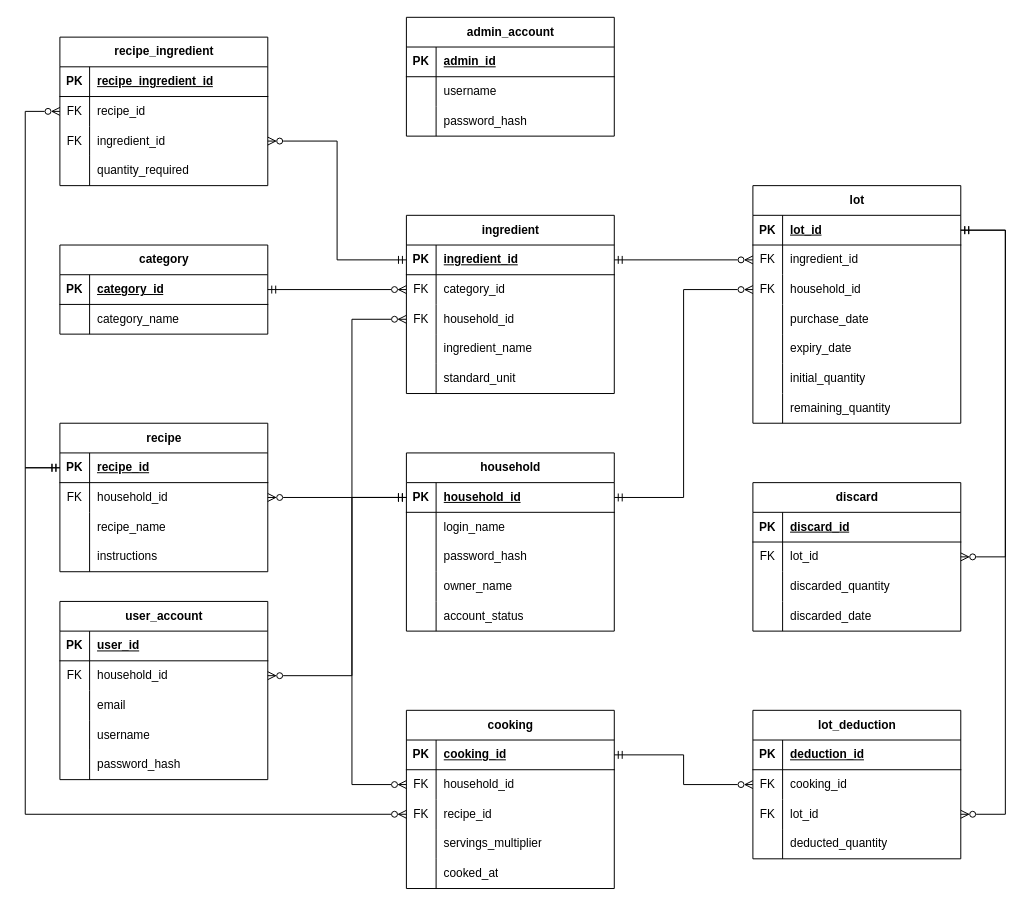
The draw.io diagram design/er-diagram.drawio in boss2912/Smart-Fridge-Recipe-Planner, before the edit. Source tidied: cells renumbered, new cells numbered last; positions are measured from the earlier drawing's top-left corner, leaving out a move shared by most shapes. Both pictures are drawn from the tidied source at 99%, with x=0, y=0 at pixel (25, 17).
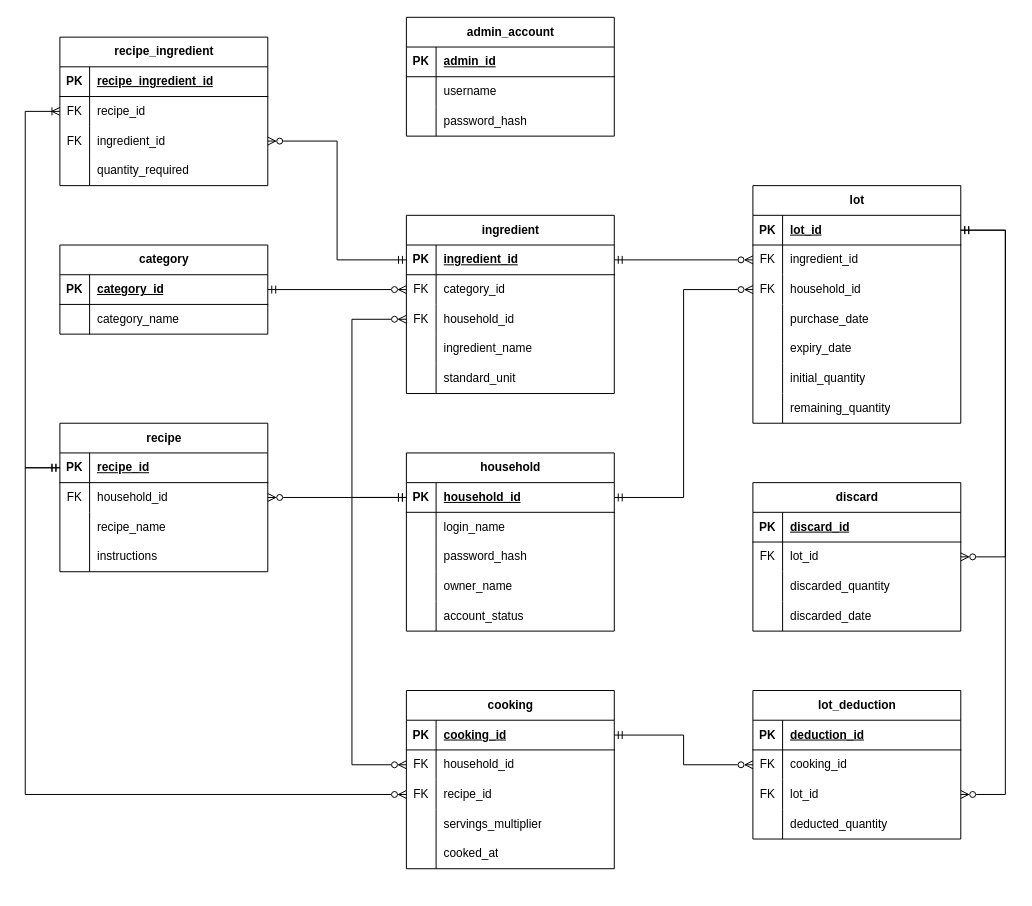
The same page after the edit.

Commit message (it also covers changes not shown here):
fix(design): เอา user_account ออกตาม ADR-010 และคืนเส้น recipe->recipe_ingredient เป็น 1..N

The change refers to these unchanged cells:
```xml
<mxCell id="13" style="shape=tableRow;horizontal=0;startSize=0;swimlaneHead=0;swimlaneBody=0;fillColor=none;points=[[0,0.5],[1,0.5]];portConstraint=eastwest;top=0;left=0;right=0;bottom=1;" parent="12" vertex="1">
  <mxGeometry y="30" width="210" height="30" as="geometry" />
</mxCell>
<mxCell id="68" style="shape=tableRow;horizontal=0;startSize=0;swimlaneHead=0;swimlaneBody=0;fillColor=none;points=[[0,0.5],[1,0.5]];portConstraint=eastwest;top=0;left=0;right=0;bottom=1;" parent="67" vertex="1">
  <mxGeometry y="30" width="210" height="30" as="geometry" />
</mxCell>
<mxCell id="90" style="shape=tableRow;horizontal=0;startSize=0;swimlaneHead=0;swimlaneBody=0;fillColor=none;points=[[0,0.5],[1,0.5]];portConstraint=eastwest;top=0;left=0;right=0;bottom=1;" parent="89" vertex="1">
  <mxGeometry y="30" width="210" height="30" as="geometry" />
</mxCell>
<mxCell id="106" style="shape=tableRow;horizontal=0;startSize=0;swimlaneHead=0;swimlaneBody=0;fillColor=none;points=[[0,0.5],[1,0.5]];portConstraint=eastwest;top=0;left=0;right=0;bottom=0;" parent="102" vertex="1">
  <mxGeometry y="60" width="210" height="30" as="geometry" />
</mxCell>
<mxCell id="116" style="shape=tableRow;horizontal=0;startSize=0;swimlaneHead=0;swimlaneBody=0;fillColor=none;points=[[0,0.5],[1,0.5]];portConstraint=eastwest;top=0;left=0;right=0;bottom=1;" parent="115" vertex="1">
  <mxGeometry y="30" width="210" height="30" as="geometry" />
</mxCell>
<mxCell id="119" style="shape=tableRow;horizontal=0;startSize=0;swimlaneHead=0;swimlaneBody=0;fillColor=none;points=[[0,0.5],[1,0.5]];portConstraint=eastwest;top=0;left=0;right=0;bottom=0;" parent="115" vertex="1">
  <mxGeometry y="60" width="210" height="30" as="geometry" />
</mxCell>
<mxCell id="122" style="shape=tableRow;horizontal=0;startSize=0;swimlaneHead=0;swimlaneBody=0;fillColor=none;points=[[0,0.5],[1,0.5]];portConstraint=eastwest;top=0;left=0;right=0;bottom=0;" parent="115" vertex="1">
  <mxGeometry y="90" width="210" height="30" as="geometry" />
</mxCell>
<mxCell id="148" style="shape=tableRow;horizontal=0;startSize=0;swimlaneHead=0;swimlaneBody=0;fillColor=none;points=[[0,0.5],[1,0.5]];portConstraint=eastwest;top=0;left=0;right=0;bottom=0;" parent="144" vertex="1">
  <mxGeometry y="60" width="210" height="30" as="geometry" />
</mxCell>
<mxCell id="151" style="shape=tableRow;horizontal=0;startSize=0;swimlaneHead=0;swimlaneBody=0;fillColor=none;points=[[0,0.5],[1,0.5]];portConstraint=eastwest;top=0;left=0;right=0;bottom=0;" parent="144" vertex="1">
  <mxGeometry y="90" width="210" height="30" as="geometry" />
</mxCell>
```

Change to the diagram source:
```diff
@@
-    <mxCell id="28" value="user_account" style="shape=table;startSize=30;childLayout=tableLayout;rowLines=0;fontStyle=1;align=center;html=1;" parent="1" vertex="1">
-      <mxGeometry x="35" y="590" width="210" height="180" as="geometry" />
-    </mxCell>
-    <mxCell id="29" style="shape=tableRow;horizontal=0;startSize=0;swimlaneHead=0;swimlaneBody=0;fillColor=none;top=0;left=0;right=0;bottom=1;" parent="28" vertex="1">
-      <mxGeometry y="30" width="210" height="30" as="geometry" />
-    </mxCell>
-    <mxCell id="30" value="PK" style="shape=partialRectangle;fillColor=none;top=0;left=0;bottom=0;right=0;fontStyle=1;overflow=hidden;whiteSpace=wrap;html=1;" parent="29" vertex="1">
-      <mxGeometry width="30" height="30" as="geometry" />
-    </mxCell>
-    <mxCell id="31" value="user_id" style="shape=partialRectangle;fillColor=none;top=0;left=0;bottom=0;right=0;align=left;spacingLeft=6;fontStyle=5;overflow=hidden;whiteSpace=wrap;html=1;" parent="29" vertex="1">
-      <mxGeometry x="30" width="180" height="30" as="geometry" />
-    </mxCell>
-    <mxCell id="32" style="shape=tableRow;horizontal=0;startSize=0;swimlaneHead=0;swimlaneBody=0;fillColor=none;points=[[0,0.5],[1,0.5]];portConstraint=eastwest;top=0;left=0;right=0;bottom=0;" parent="28" vertex="1">
-      <mxGeometry y="60" width="210" height="30" as="geometry" />
-    </mxCell>
-    <mxCell id="33" value="FK" style="shape=partialRectangle;fillColor=none;top=0;left=0;bottom=0;right=0;overflow=hidden;whiteSpace=wrap;html=1;" parent="32" vertex="1">
-      <mxGeometry width="30" height="30" as="geometry" />
-    </mxCell>
-    <mxCell id="34" value="household_id" style="shape=partialRectangle;fillColor=none;top=0;left=0;bottom=0;right=0;align=left;spacingLeft=6;overflow=hidden;whiteSpace=wrap;html=1;" parent="32" vertex="1">
-      <mxGeometry x="30" width="180" height="30" as="geometry" />
-    </mxCell>
-    <mxCell id="35" style="shape=tableRow;horizontal=0;startSize=0;swimlaneHead=0;swimlaneBody=0;fillColor=none;top=0;left=0;right=0;bottom=0;" parent="28" vertex="1">
-      <mxGeometry y="90" width="210" height="30" as="geometry" />
-    </mxCell>
-    <mxCell id="36" style="shape=partialRectangle;fillColor=none;top=0;left=0;bottom=0;right=0;overflow=hidden;whiteSpace=wrap;html=1;" parent="35" vertex="1">
-      <mxGeometry width="30" height="30" as="geometry" />
-    </mxCell>
-    <mxCell id="37" value="email" style="shape=partialRectangle;fillColor=none;top=0;left=0;bottom=0;right=0;align=left;spacingLeft=6;overflow=hidden;whiteSpace=wrap;html=1;" parent="35" vertex="1">
-      <mxGeometry x="30" width="180" height="30" as="geometry" />
-    </mxCell>
-    <mxCell id="38" style="shape=tableRow;horizontal=0;startSize=0;swimlaneHead=0;swimlaneBody=0;fillColor=none;top=0;left=0;right=0;bottom=0;" parent="28" vertex="1">
-      <mxGeometry y="120" width="210" height="30" as="geometry" />
-    </mxCell>
-    <mxCell id="39" style="shape=partialRectangle;fillColor=none;top=0;left=0;bottom=0;right=0;overflow=hidden;whiteSpace=wrap;html=1;" parent="38" vertex="1">
-      <mxGeometry width="30" height="30" as="geometry" />
-    </mxCell>
-    <mxCell id="40" value="username" style="shape=partialRectangle;fillColor=none;top=0;left=0;bottom=0;right=0;align=left;spacingLeft=6;overflow=hidden;whiteSpace=wrap;html=1;" parent="38" vertex="1">
-      <mxGeometry x="30" width="180" height="30" as="geometry" />
-    </mxCell>
-    <mxCell id="41" style="shape=tableRow;horizontal=0;startSize=0;swimlaneHead=0;swimlaneBody=0;fillColor=none;top=0;left=0;right=0;bottom=0;" parent="28" vertex="1">
-      <mxGeometry y="150" width="210" height="30" as="geometry" />
-    </mxCell>
-    <mxCell id="42" style="shape=partialRectangle;fillColor=none;top=0;left=0;bottom=0;right=0;overflow=hidden;whiteSpace=wrap;html=1;" parent="41" vertex="1">
-      <mxGeometry width="30" height="30" as="geometry" />
-    </mxCell>
-    <mxCell id="43" value="password_hash" style="shape=partialRectangle;fillColor=none;top=0;left=0;bottom=0;right=0;align=left;spacingLeft=6;overflow=hidden;whiteSpace=wrap;html=1;" parent="41" vertex="1">
-      <mxGeometry x="30" width="180" height="30" as="geometry" />
-    </mxCell>
@@
     <mxCell id="115" value="cooking" style="shape=table;startSize=30;childLayout=tableLayout;rowLines=0;fontStyle=1;align=center;html=1;" parent="1" vertex="1">
-      <mxGeometry x="385" y="700" width="210" height="180" as="geometry" />
+      <mxGeometry x="385" y="680" width="210" height="180" as="geometry" />
     </mxCell>
@@
     <mxCell id="144" value="lot_deduction" style="shape=table;startSize=30;childLayout=tableLayout;rowLines=0;fontStyle=1;align=center;html=1;" parent="1" vertex="1">
-      <mxGeometry x="735" y="700" width="210" height="150" as="geometry" />
+      <mxGeometry x="735" y="680" width="210" height="150" as="geometry" />
     </mxCell>
@@
-    <mxCell id="157" style="edgeStyle=orthogonalEdgeStyle;rounded=0;jettySize=auto;html=1;exitX=0;exitY=0.5;exitDx=0;exitDy=0;entryX=1;entryY=0.5;entryDx=0;entryDy=0;defaultLabelBackgroundColor=page;labelPadding=0 4;startArrow=ERmandOne;startFill=0;endArrow=ERzeroToMany;endFill=0;" parent="1" edge="1" source="13" target="32">
-      <mxGeometry relative="1" as="geometry">
-        <Array as="points">
-          <mxPoint x="330" y="485" />
-          <mxPoint x="330" y="665" />
-        </Array>
-      </mxGeometry>
-    </mxCell>
@@
-    <mxCell id="163" style="edgeStyle=orthogonalEdgeStyle;rounded=0;jettySize=auto;html=1;exitX=0;exitY=0.5;exitDx=0;exitDy=0;entryX=0;entryY=0.5;entryDx=0;entryDy=0;defaultLabelBackgroundColor=page;labelPadding=0 4;startArrow=ERmandOne;startFill=0;endArrow=ERzeroToMany;endFill=0;" parent="1" edge="1" source="90" target="106">
+    <mxCell id="163" style="edgeStyle=orthogonalEdgeStyle;rounded=0;jettySize=auto;html=1;exitX=0;exitY=0.5;exitDx=0;exitDy=0;entryX=0;entryY=0.5;entryDx=0;entryDy=0;defaultLabelBackgroundColor=page;labelPadding=0 4;startArrow=ERmandOne;startFill=0;endArrow=ERoneToMany;endFill=0;" parent="1" edge="1" source="90" target="106">
       <mxGeometry relative="1" as="geometry">
         <Array as="points">
           <mxPoint y="455" />
           <mxPoint y="95" />
         </Array>
       </mxGeometry>
     </mxCell>
@@
     <mxCell id="165" style="edgeStyle=orthogonalEdgeStyle;rounded=0;jettySize=auto;html=1;exitX=0;exitY=0.5;exitDx=0;exitDy=0;entryX=0;entryY=0.5;entryDx=0;entryDy=0;defaultLabelBackgroundColor=page;labelPadding=0 4;startArrow=ERmandOne;startFill=0;endArrow=ERzeroToMany;endFill=0;" parent="1" edge="1" source="13" target="119">
       <mxGeometry relative="1" as="geometry">
         <Array as="points">
           <mxPoint x="330" y="485" />
-          <mxPoint x="330" y="775" />
+          <mxPoint x="330" y="755" />
         </Array>
       </mxGeometry>
     </mxCell>
     <mxCell id="166" style="edgeStyle=orthogonalEdgeStyle;rounded=0;jettySize=auto;html=1;exitX=0;exitY=0.5;exitDx=0;exitDy=0;entryX=0;entryY=0.5;entryDx=0;entryDy=0;defaultLabelBackgroundColor=page;labelPadding=0 4;startArrow=ERmandOne;startFill=0;endArrow=ERzeroToMany;endFill=0;" parent="1" edge="1" source="90" target="122">
       <mxGeometry relative="1" as="geometry">
         <Array as="points">
           <mxPoint y="455" />
-          <mxPoint y="805" />
+          <mxPoint y="785" />
         </Array>
       </mxGeometry>
     </mxCell>
     <mxCell id="167" style="edgeStyle=orthogonalEdgeStyle;rounded=0;jettySize=auto;html=1;exitX=1;exitY=0.5;exitDx=0;exitDy=0;entryX=0;entryY=0.5;entryDx=0;entryDy=0;defaultLabelBackgroundColor=page;labelPadding=0 4;startArrow=ERmandOne;startFill=0;endArrow=ERzeroToMany;endFill=0;" parent="1" edge="1" source="116" target="148">
       <mxGeometry relative="1" as="geometry">
         <Array as="points">
-          <mxPoint x="665" y="745" />
-          <mxPoint x="665" y="775" />
+          <mxPoint x="665" y="725" />
+          <mxPoint x="665" y="755" />
         </Array>
       </mxGeometry>
     </mxCell>
@@
     <mxCell id="169" style="edgeStyle=orthogonalEdgeStyle;rounded=0;jettySize=auto;html=1;exitX=1;exitY=0.5;exitDx=0;exitDy=0;entryX=1;entryY=0.5;entryDx=0;entryDy=0;defaultLabelBackgroundColor=page;labelPadding=0 4;startArrow=ERmandOne;startFill=0;endArrow=ERzeroToMany;endFill=0;" parent="1" edge="1" source="68" target="151">
       <mxGeometry relative="1" as="geometry">
         <Array as="points">
           <mxPoint x="990" y="215" />
-          <mxPoint x="990" y="805" />
+          <mxPoint x="990" y="785" />
         </Array>
       </mxGeometry>
     </mxCell>
```
